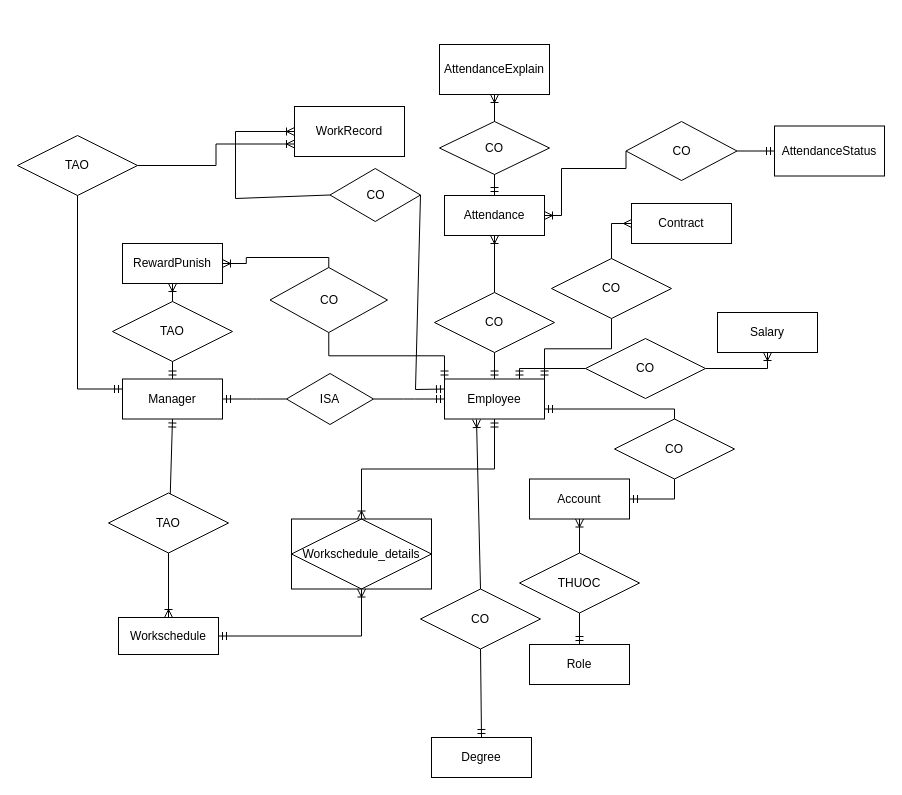
Before: page "Trang-3" (3 of 5) of tttn.drawio in VanTruongPTITHCM2002/DoAnJava, a draw.io diagram. Source tidied: cells renumbered, new cells numbered last; positions are measured from the earlier drawing's top-left corner, leaving out a move shared by most shapes. Both pictures are drawn from the tidied source at 100%, with x=0, y=0 at pixel (17, 44).
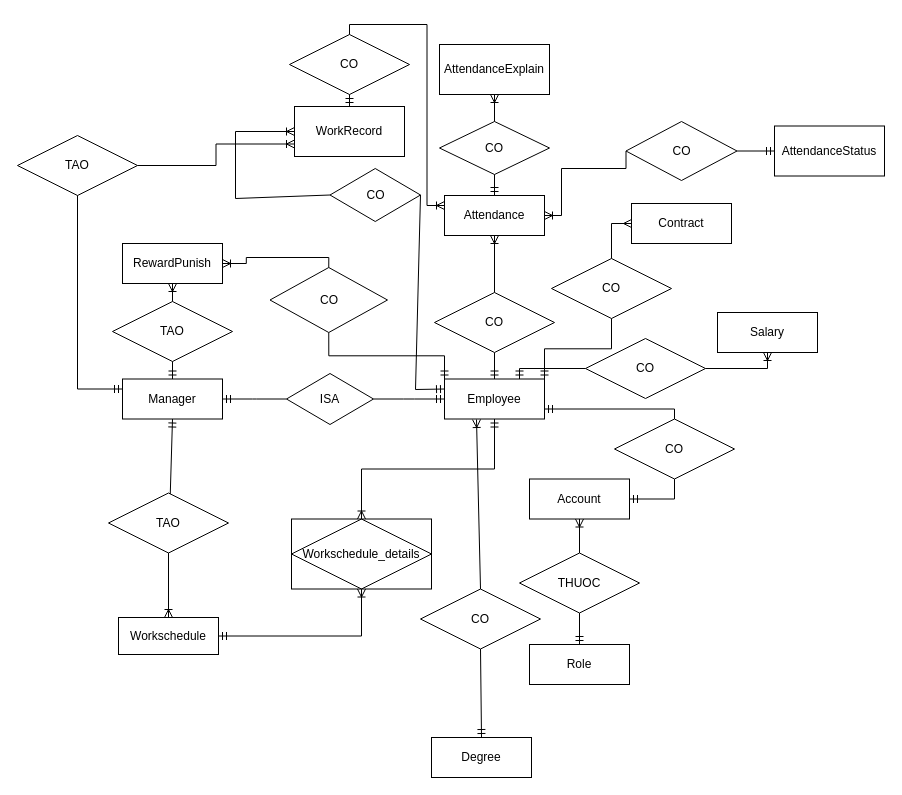
The same diagram, later.

Commit message:
Cập nhật tttn.drawio

The change refers to these unchanged cells:
```xml
<mxCell id="15" value="Attendance" style="whiteSpace=wrap;html=1;align=center;" parent="1" vertex="1">
  <mxGeometry x="427" y="151" width="100" height="40" as="geometry" />
</mxCell>
<mxCell id="43" value="WorkRecord" style="html=1;whiteSpace=wrap;" parent="1" vertex="1">
  <mxGeometry x="277" y="62" width="110" height="50" as="geometry" />
</mxCell>
```

Diff of the diagram source:
```diff
@@
+    <mxCell id="60" value="CO" style="shape=rhombus;perimeter=rhombusPerimeter;whiteSpace=wrap;html=1;align=center;" parent="1" vertex="1">
+      <mxGeometry x="272" y="-10" width="120" height="60" as="geometry" />
+    </mxCell>
+    <mxCell id="61" style="fontSize=12;html=1;endArrow=ERmandOne;rounded=0;exitX=0.5;exitY=1;exitDx=0;exitDy=0;entryX=0.5;entryY=0;entryDx=0;entryDy=0;" parent="1" edge="1" source="60" target="43">
+      <mxGeometry relative="1" as="geometry" />
+    </mxCell>
+    <mxCell id="62" style="fontSize=12;html=1;endArrow=ERoneToMany;rounded=0;exitX=0.5;exitY=0;exitDx=0;exitDy=0;entryX=0;entryY=0.25;entryDx=0;entryDy=0;edgeStyle=orthogonalEdgeStyle;" parent="1" edge="1" source="60" target="15">
+      <mxGeometry relative="1" as="geometry" />
+    </mxCell>
```
